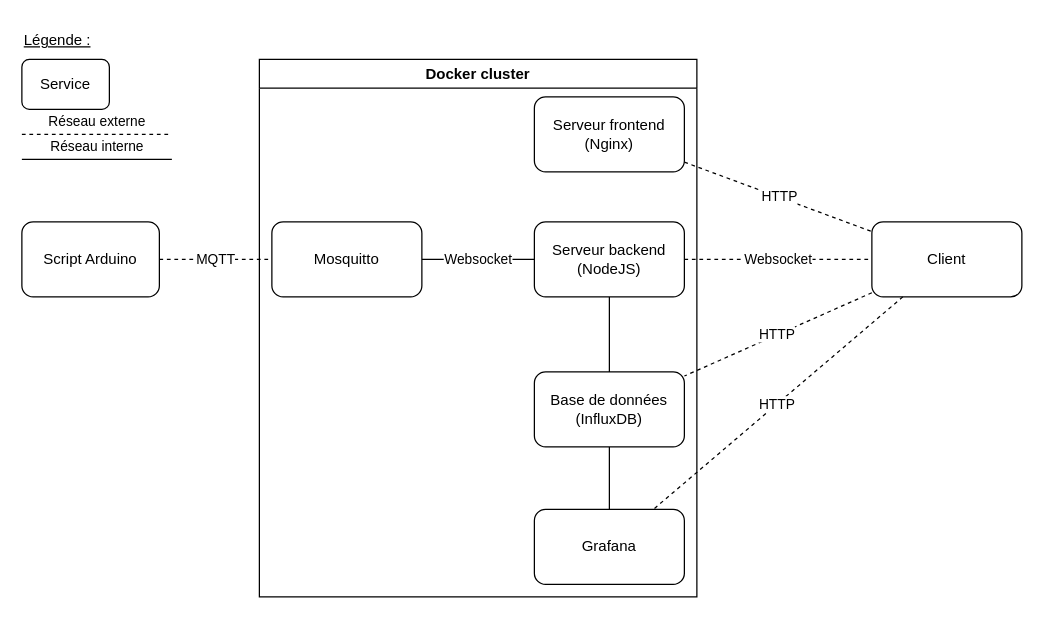
The draw.io diagram docs/archi_logicielle.drawio in Nicolas-Delahaie/ynov-iot, before the edit. Source tidied: cells renumbered, new cells numbered last; positions are measured from the earlier drawing's top-left corner, leaving out a move shared by most shapes. Both pictures are drawn from the tidied source at 125%, with x=0, y=0 at pixel (21, 21).
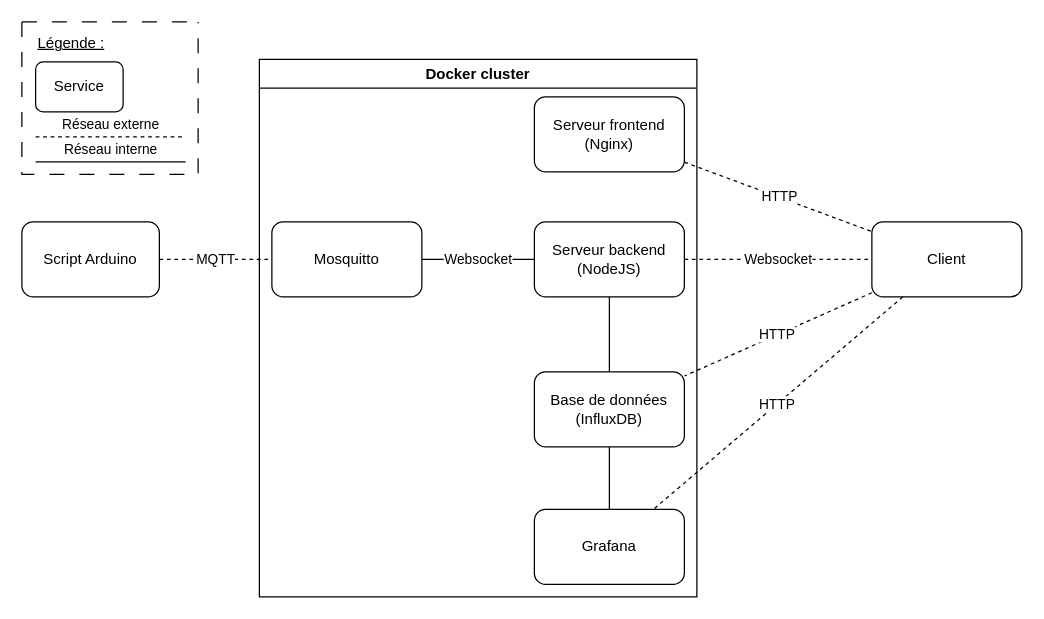
The same page after the edit.

Commit message (it also covers changes not shown here):
Uniformisation des diagrammes

Change to the diagram source:
```diff
@@
+    <mxCell id="22" style="swimlane;startSize=0;dashed=1;dashPattern=12 12;" parent="1" vertex="1">
+      <mxGeometry width="141" height="122" as="geometry" />
+    </mxCell>
-    <mxCell id="18" value="Réseau externe" style="edgeStyle=none;html=1;dashed=1;endArrow=none;endFill=0;" parent="1" edge="1">
+    <mxCell id="18" value="Réseau externe" style="edgeStyle=none;html=1;dashed=1;endArrow=none;endFill=0;" parent="22" edge="1">
       <mxGeometry y="10" relative="1" as="geometry">
-        <mxPoint y="90" as="sourcePoint" />
-        <mxPoint x="120" y="90" as="targetPoint" />
+        <mxPoint x="11" y="92" as="sourcePoint" />
+        <mxPoint x="131" y="92" as="targetPoint" />
       </mxGeometry>
     </mxCell>
-    <mxCell id="19" value="Réseau interne" style="edgeStyle=none;html=1;endArrow=none;endFill=0;" parent="1" edge="1">
+    <mxCell id="19" value="Réseau interne" style="edgeStyle=none;html=1;endArrow=none;endFill=0;" parent="22" edge="1">
       <mxGeometry y="10" relative="1" as="geometry">
-        <mxPoint y="110" as="sourcePoint" />
-        <mxPoint x="120" y="110" as="targetPoint" />
+        <mxPoint x="11" y="112" as="sourcePoint" />
+        <mxPoint x="131" y="112" as="targetPoint" />
       </mxGeometry>
     </mxCell>
-    <mxCell id="20" value="Service" style="rounded=1;whiteSpace=wrap;html=1;" parent="1" vertex="1">
-      <mxGeometry y="30" width="70" height="40" as="geometry" />
+    <mxCell id="20" value="Service" style="rounded=1;whiteSpace=wrap;html=1;" parent="22" vertex="1">
+      <mxGeometry x="11" y="32" width="70" height="40" as="geometry" />
     </mxCell>
-    <mxCell id="21" value="&lt;u&gt;Légende :&lt;/u&gt;" style="text;html=1;align=left;verticalAlign=middle;strokeColor=none;fillColor=none;" parent="1" vertex="1">
-      <mxGeometry width="80" height="30" as="geometry" />
+    <mxCell id="21" value="&lt;u&gt;Légende :&lt;/u&gt;" style="text;html=1;align=left;verticalAlign=middle;strokeColor=none;fillColor=none;" parent="22" vertex="1">
+      <mxGeometry x="11" y="2" width="80" height="30" as="geometry" />
     </mxCell>
```
